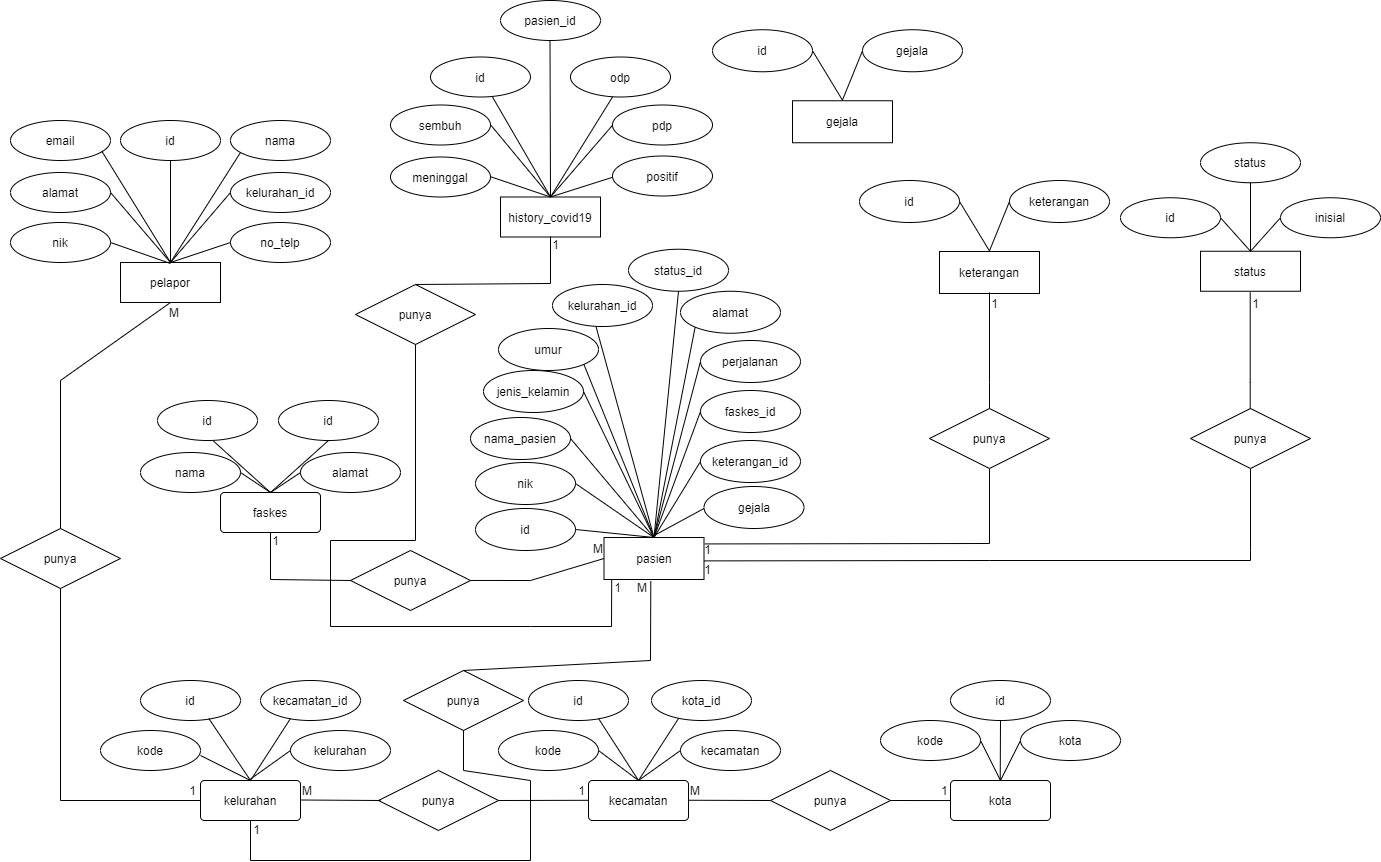
This is ERD Covid-19.png from axxpxmd/flowchart, a draw.io export, as it was before one commit. Source tidied: cells renumbered, new cells last; positions are measured from the earlier drawing's top-left corner, leaving out a move shared by most shapes.
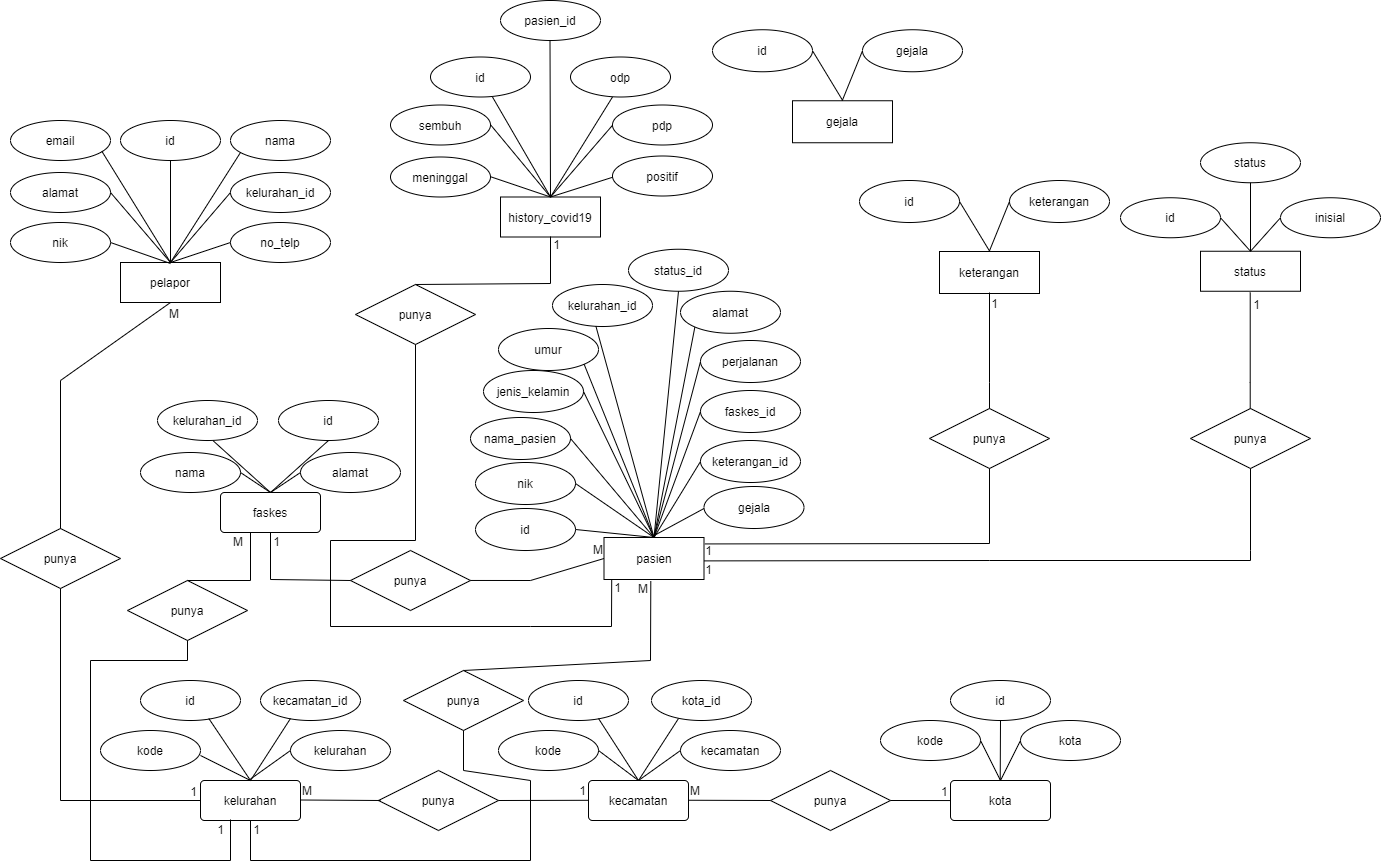
The same file after the commit.

Change to the diagram source:
```diff
@@ -592,7 +592,7 @@
     <mxCell id="148" value="1" style="text;html=1;align=center;verticalAlign=middle;" parent="1" vertex="1">
       <mxGeometry x="246" y="819" width="20" height="20" as="geometry" />
     </mxCell>
-    <mxCell id="149" value="id" style="ellipse;whiteSpace=wrap;html=1;align=center;" parent="1" vertex="1">
+    <mxCell id="149" value="kelurahan_id" style="ellipse;whiteSpace=wrap;html=1;align=center;" parent="1" vertex="1">
       <mxGeometry x="157" y="400" width="100" height="40" as="geometry" />
     </mxCell>
     <mxCell id="150" value="&lt;span style=&quot;color: rgba(0 , 0 , 0 , 0) ; font-family: monospace ; font-size: 0px&quot;&gt;%3CmxGraphModel%3E%3Croot%3E%3CmxCell%20id%3D%220%22%2F%3E%3CmxCell%20id%3D%221%22%20parent%3D%220%22%2F%3E%3CmxCell%20id%3D%222%22%20value%3D%22%22%20style%3D%22endArrow%3Dnone%3Bhtml%3D1%3Brounded%3D0%3BentryX%3D0.5%3BentryY%3D1%3BentryDx%3D0%3BentryDy%3D0%3B%22%20edge%3D%221%22%20parent%3D%221%22%3E%3CmxGeometry%20relative%3D%221%22%20as%3D%22geometry%22%3E%3CmxPoint%20x%3D%22-299.9900000000001%22%20y%3D%22632%22%20as%3D%22sourcePoint%22%2F%3E%3CmxPoint%20x%3D%22-242%22%20y%3D%22580%22%20as%3D%22targetPoint%22%2F%3E%3C%2FmxGeometry%3E%3C%2FmxCell%3E%3C%2Froot%3E%3C%2FmxGraphModel%3E&lt;/span&gt;&lt;span style=&quot;color: rgba(0 , 0 , 0 , 0) ; font-family: monospace ; font-size: 0px&quot;&gt;%3CmxGraphModel%3E%3Croot%3E%3CmxCell%20id%3D%220%22%2F%3E%3CmxCell%20id%3D%221%22%20parent%3D%220%22%2F%3E%3CmxCell%20id%3D%222%22%20value%3D%22%22%20style%3D%22endArrow%3Dnone%3Bhtml%3D1%3Brounded%3D0%3BentryX%3D0.5%3BentryY%3D1%3BentryDx%3D0%3BentryDy%3D0%3B%22%20edge%3D%221%22%20parent%3D%221%22%3E%3CmxGeometry%20relative%3D%221%22%20as%3D%22geometry%22%3E%3CmxPoint%20x%3D%22-299.9900000000001%22%20y%3D%22632%22%20as%3D%22sourcePoint%22%2F%3E%3CmxPoint%20x%3D%22-242%22%20y%3D%22580%22%20as%3D%22targetPoint%22%2F%3E%3C%2FmxGeometry%3E%3C%2FmxCell%3E%3C%2Froot%3E%3C%2FmxGraphModel%3E&lt;/span&gt;" style="text;html=1;align=center;verticalAlign=middle;" parent="1" vertex="1">
@@ -601,5 +601,35 @@
     <mxCell id="151" style="endArrow=none;html=1;rounded=0;entryX=0.557;entryY=1.008;entryDx=0;entryDy=0;exitX=0.5;exitY=0;exitDx=0;exitDy=0;entryPerimeter=0;" parent="1" edge="1" source="51" target="149">
       <mxGeometry relative="1" as="geometry" />
     </mxCell>
+    <mxCell id="152" value="punya" style="shape=rhombus;perimeter=rhombusPerimeter;whiteSpace=wrap;html=1;align=center;" parent="1" vertex="1">
+      <mxGeometry x="127" y="580" width="120" height="60" as="geometry" />
+    </mxCell>
+    <mxCell id="153" style="endArrow=none;html=1;rounded=0;exitX=0.5;exitY=0;exitDx=0;exitDy=0;entryX=0.5;entryY=1;entryDx=0;entryDy=0;" parent="1" edge="1" source="152">
+      <mxGeometry relative="1" as="geometry">
+        <mxPoint x="250" y="532" as="targetPoint" />
+        <Array as="points">
+          <mxPoint x="250" y="580" />
+        </Array>
+      </mxGeometry>
+    </mxCell>
+    <mxCell id="154" value="M" style="html=1;align=right;verticalAlign=bottom;" parent="1" vertex="1">
+      <mxGeometry x="233" y="532" as="geometry">
+        <mxPoint x="10" y="18" as="offset" />
+      </mxGeometry>
+    </mxCell>
+    <mxCell id="155" style="endArrow=none;html=1;rounded=0;exitX=0.5;exitY=1;exitDx=0;exitDy=0;entryX=0.5;entryY=1;entryDx=0;entryDy=0;" parent="1" edge="1" source="152">
+      <mxGeometry relative="1" as="geometry">
+        <mxPoint x="230" y="819" as="targetPoint" />
+        <Array as="points">
+          <mxPoint x="187" y="660" />
+          <mxPoint x="90" y="660" />
+          <mxPoint x="90" y="860" />
+          <mxPoint x="230" y="860" />
+        </Array>
+      </mxGeometry>
+    </mxCell>
+    <mxCell id="156" value="1" style="text;html=1;align=center;verticalAlign=middle;" parent="1" vertex="1">
+      <mxGeometry x="210" y="819" width="20" height="20" as="geometry" />
+    </mxCell>
   </root>
 </mxGraphModel>
```
